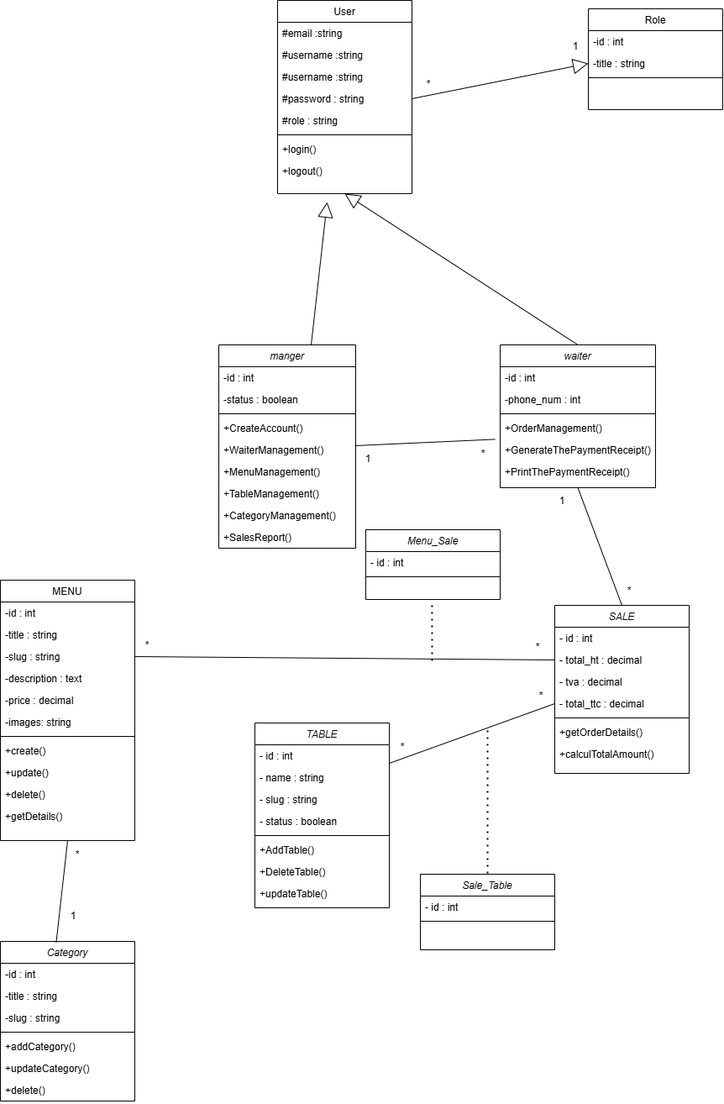
Before: UML/Diagram of class .drawio.png, a diagram exported from draw.io (labitayoub/RestoBladi). Source tidied: cells renumbered, new cells last; positions are measured from the earlier drawing's top-left corner, leaving out a move shared by most shapes.
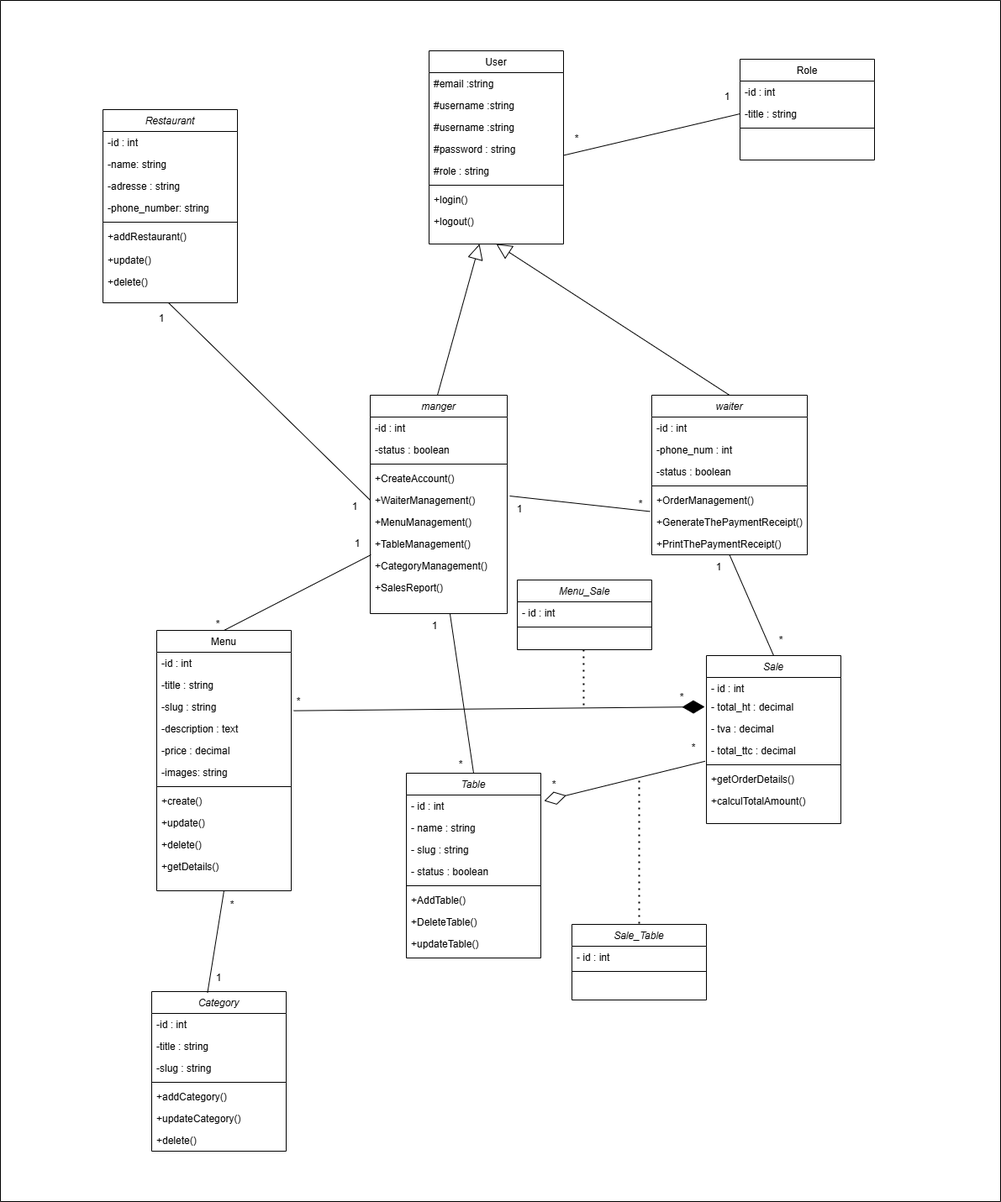
Above is the later version.

What changed in the source:
```diff
@@ -5,3 +5,3 @@
     <mxCell id="2" value="manger" style="swimlane;fontStyle=2;align=center;verticalAlign=top;horizontal=1;startSize=26;rounded=0;shadow=0;strokeWidth=1;" parent="1" vertex="1">
-      <mxGeometry x="260" y="410" width="163" height="242" as="geometry" />
+      <mxGeometry x="260" y="410" width="163" height="260" as="geometry" />
     </mxCell>
@@ -10,5 +10,5 @@
     </mxCell>
-    <mxCell id="4" value="-status : boolean" style="text;align=left;verticalAlign=top;spacingLeft=4;spacingRight=4;overflow=hidden;rounded=0;shadow=0;html=0;" parent="2" vertex="1">
-      <mxGeometry y="52" width="163" height="26" as="geometry" />
-    </mxCell>
+    <mxCell id="97" value="-status : boolean" style="text;align=left;verticalAlign=top;spacingLeft=4;spacingRight=4;overflow=hidden;rounded=0;shadow=0;html=0;" parent="2" vertex="1">
+      <mxGeometry y="52" width="163" height="26" as="geometry" />
+    </mxCell>
     <mxCell id="5" style="line;html=1;strokeWidth=1;align=left;verticalAlign=middle;spacingTop=-1;spacingLeft=3;spacingRight=3;labelPosition=right;" parent="2" vertex="1">
@@ -61,4 +61,4 @@
     </mxCell>
-    <mxCell id="21" value="MENU" style="swimlane;fontStyle=0;align=center;verticalAlign=top;horizontal=1;startSize=26;rounded=0;shadow=0;strokeWidth=1;" parent="1" vertex="1">
-      <mxGeometry y="690" width="160" height="310" as="geometry" />
+    <mxCell id="21" value="Menu" style="swimlane;fontStyle=0;align=center;verticalAlign=top;horizontal=1;startSize=26;rounded=0;shadow=0;strokeWidth=1;" parent="1" vertex="1">
+      <mxGeometry x="6" y="690" width="160" height="310" as="geometry" />
     </mxCell>
@@ -97,3 +97,3 @@
     </mxCell>
-    <mxCell id="33" value="TABLE" style="swimlane;fontStyle=2;align=center;verticalAlign=top;horizontal=1;startSize=26;rounded=0;shadow=0;strokeWidth=1;" parent="1" vertex="1">
+    <mxCell id="33" value="Table" style="swimlane;fontStyle=2;align=center;verticalAlign=top;horizontal=1;startSize=26;rounded=0;shadow=0;strokeWidth=1;" parent="1" vertex="1">
       <mxGeometry x="303" y="860" width="160" height="220" as="geometry" />
@@ -125,5 +125,5 @@
     <mxCell id="42" value="*" style="text;html=1;align=center;verticalAlign=middle;whiteSpace=wrap;rounded=0;" parent="1" vertex="1">
-      <mxGeometry x="565" y="530" width="20" height="20" as="geometry" />
+      <mxGeometry x="572" y="530" width="20" height="20" as="geometry" />
     </mxCell>
-    <mxCell id="43" value="SALE" style="swimlane;fontStyle=2;align=center;verticalAlign=top;horizontal=1;startSize=26;rounded=0;shadow=0;strokeWidth=1;" parent="1" vertex="1">
+    <mxCell id="43" value="Sale" style="swimlane;fontStyle=2;align=center;verticalAlign=top;horizontal=1;startSize=26;rounded=0;shadow=0;strokeWidth=1;" parent="1" vertex="1">
       <mxGeometry x="660" y="720" width="160" height="200" as="geometry" />
@@ -131,21 +131,21 @@
     <mxCell id="44" value="- id : int" style="text;align=left;verticalAlign=top;spacingLeft=4;spacingRight=4;overflow=hidden;" parent="43" vertex="1">
-      <mxGeometry y="26" width="160" height="26" as="geometry" />
+      <mxGeometry y="26" width="160" height="22" as="geometry" />
     </mxCell>
     <mxCell id="45" value="- total_ht : decimal" style="text;align=left;verticalAlign=top;spacingLeft=4;spacingRight=4;overflow=hidden;points=[[0,0.5],[1,0.5]];portConstraint=eastwest;" parent="43" vertex="1">
-      <mxGeometry y="52" width="160" height="26" as="geometry" />
+      <mxGeometry y="48" width="160" height="26" as="geometry" />
     </mxCell>
     <mxCell id="46" value="- tva : decimal" style="text;align=left;verticalAlign=top;spacingLeft=4;spacingRight=4;overflow=hidden;" parent="43" vertex="1">
-      <mxGeometry y="78" width="160" height="26" as="geometry" />
+      <mxGeometry y="74" width="160" height="26" as="geometry" />
     </mxCell>
     <mxCell id="47" value="- total_ttc : decimal" style="text;align=left;verticalAlign=top;spacingLeft=4;spacingRight=4;overflow=hidden;points=[[0,0.5],[1,0.5]];portConstraint=eastwest;" parent="43" vertex="1">
-      <mxGeometry y="104" width="160" height="26" as="geometry" />
+      <mxGeometry y="100" width="160" height="26" as="geometry" />
     </mxCell>
     <mxCell id="48" style="line;html=1;strokeWidth=1;align=left;verticalAlign=middle;spacingTop=-1;spacingLeft=3;spacingRight=3;labelPosition=right;" parent="43" vertex="1">
-      <mxGeometry y="130" width="160" height="8" as="geometry" />
+      <mxGeometry y="126" width="160" height="8" as="geometry" />
     </mxCell>
     <mxCell id="49" value="+getOrderDetails()" style="text;align=left;verticalAlign=top;spacingLeft=4;spacingRight=4;overflow=hidden;" parent="43" vertex="1">
-      <mxGeometry y="138" width="160" height="26" as="geometry" />
+      <mxGeometry y="134" width="160" height="26" as="geometry" />
     </mxCell>
     <mxCell id="50" value="+calculTotalAmount()" style="text;align=left;verticalAlign=top;spacingLeft=4;spacingRight=4;overflow=hidden;" parent="43" vertex="1">
-      <mxGeometry y="164" width="160" height="26" as="geometry" />
+      <mxGeometry y="160" width="160" height="26" as="geometry" />
     </mxCell>
@@ -176,3 +176,3 @@
     <mxCell id="59" value="1" style="text;html=1;align=center;verticalAlign=middle;whiteSpace=wrap;rounded=0;" parent="1" vertex="1">
-      <mxGeometry x="72" y="1075" width="30" height="30" as="geometry" />
+      <mxGeometry x="65" y="1089" width="30" height="30" as="geometry" />
     </mxCell>
@@ -187,6 +187,6 @@
     </mxCell>
-    <mxCell id="63" style="endArrow=block;endSize=16;endFill=0;html=1;rounded=0;exitX=1.004;exitY=0.708;exitDx=0;exitDy=0;exitPerimeter=0;" parent="1" edge="1">
+    <mxCell id="63" style="endArrow=block;endSize=16;endFill=0;html=1;rounded=0;" parent="1" edge="1">
       <mxGeometry relative="1" as="geometry">
-        <mxPoint x="370" y="410" as="sourcePoint" />
-        <mxPoint x="389" y="240" as="targetPoint" />
+        <mxPoint x="340" y="410" as="sourcePoint" />
+        <mxPoint x="390" y="230" as="targetPoint" />
       </mxGeometry>
@@ -194,3 +194,3 @@
     <mxCell id="64" value="*" style="text;html=1;align=center;verticalAlign=middle;whiteSpace=wrap;rounded=0;" parent="1" vertex="1">
-      <mxGeometry x="630" y="760" width="20" height="20" as="geometry" />
+      <mxGeometry x="621" y="760" width="20" height="20" as="geometry" />
     </mxCell>
@@ -208,5 +208,2 @@
     </mxCell>
-    <mxCell id="69" style="endArrow=block;endSize=16;endFill=0;html=1;rounded=0;exitX=1;exitY=0.5;exitDx=0;exitDy=0;entryX=0;entryY=0.5;entryDx=0;entryDy=0;" parent="1" edge="1" source="16" target="67">
-      <mxGeometry relative="1" as="geometry" />
-    </mxCell>
     <mxCell id="70" value="1" style="text;html=1;align=center;verticalAlign=middle;whiteSpace=wrap;rounded=0;" parent="1" vertex="1">
@@ -215,6 +212,6 @@
     <mxCell id="71" value="*" style="text;html=1;align=center;verticalAlign=middle;whiteSpace=wrap;rounded=0;" parent="1" vertex="1">
-      <mxGeometry x="500" y="90" width="20" height="20" as="geometry" />
+      <mxGeometry x="496" y="95" width="20" height="20" as="geometry" />
     </mxCell>
     <mxCell id="72" value="waiter" style="swimlane;fontStyle=2;align=center;verticalAlign=top;horizontal=1;startSize=26;rounded=0;shadow=0;strokeWidth=1;" parent="1" vertex="1">
-      <mxGeometry x="595" y="410" width="185" height="170" as="geometry" />
+      <mxGeometry x="595" y="410" width="185" height="190" as="geometry" />
     </mxCell>
@@ -226,11 +223,15 @@
     </mxCell>
+    <mxCell id="4" value="-status : boolean" style="text;align=left;verticalAlign=top;spacingLeft=4;spacingRight=4;overflow=hidden;rounded=0;shadow=0;html=0;" parent="72" vertex="1">
+      <mxGeometry y="78" width="185" height="26" as="geometry" />
+    </mxCell>
     <mxCell id="75" style="line;html=1;strokeWidth=1;align=left;verticalAlign=middle;spacingTop=-1;spacingLeft=3;spacingRight=3;labelPosition=right;" parent="72" vertex="1">
-      <mxGeometry y="78" width="185" height="8" as="geometry" />
+      <mxGeometry y="104" width="185" height="8" as="geometry" />
     </mxCell>
     <mxCell id="76" value="+OrderManagement()" style="text;align=left;verticalAlign=top;spacingLeft=4;spacingRight=4;overflow=hidden;rounded=0;shadow=0;html=0;" parent="72" vertex="1">
-      <mxGeometry y="86" width="185" height="26" as="geometry" />
+      <mxGeometry y="112" width="185" height="26" as="geometry" />
     </mxCell>
-    <mxCell id="77" style="endArrow=none;html=1;rounded=0;entryX=-0.033;entryY=0.016;entryDx=0;entryDy=0;entryPerimeter=0;" parent="72" edge="1" target="78">
+    <mxCell id="77" style="endArrow=none;html=1;rounded=0;entryX=-0.033;entryY=0.016;entryDx=0;entryDy=0;entryPerimeter=0;" parent="72" edge="1">
       <mxGeometry relative="1" as="geometry">
-        <mxPoint x="-173" y="120" as="sourcePoint" />
+        <mxPoint x="-169" y="120" as="sourcePoint" />
+        <mxPoint x="-2.1" y="138.4" as="targetPoint" />
       </mxGeometry>
@@ -238,6 +239,6 @@
     <mxCell id="78" value="+GenerateThePaymentReceipt()" style="text;align=left;verticalAlign=top;spacingLeft=4;spacingRight=4;overflow=hidden;points=[[0,0.5],[1,0.5]];portConstraint=eastwest;rounded=0;shadow=0;html=0;" parent="72" vertex="1">
-      <mxGeometry y="112" width="185" height="26" as="geometry" />
+      <mxGeometry y="138" width="185" height="26" as="geometry" />
     </mxCell>
     <mxCell id="79" value="+PrintThePaymentReceipt()" style="text;align=left;verticalAlign=top;spacingLeft=4;spacingRight=4;overflow=hidden;rounded=0;shadow=0;html=0;" parent="72" vertex="1">
-      <mxGeometry y="138" width="185" height="26" as="geometry" />
+      <mxGeometry y="164" width="185" height="26" as="geometry" />
     </mxCell>
@@ -252,13 +253,5 @@
     </mxCell>
-    <mxCell id="83" style="endArrow=none;html=1;rounded=0;entryX=0;entryY=0.5;entryDx=0;entryDy=0;" parent="1" edge="1" target="47">
-      <mxGeometry relative="1" as="geometry">
-        <mxPoint x="463" y="908" as="sourcePoint" />
-      </mxGeometry>
-    </mxCell>
     <mxCell id="84" value="*" style="text;html=1;align=center;verticalAlign=middle;whiteSpace=wrap;rounded=0;" parent="1" vertex="1">
-      <mxGeometry x="469" y="879" width="20" height="20" as="geometry" />
+      <mxGeometry x="469" y="864" width="20" height="20" as="geometry" />
     </mxCell>
-    <mxCell id="85" value="*" style="text;html=1;align=center;verticalAlign=middle;whiteSpace=wrap;rounded=0;" parent="1" vertex="1">
-      <mxGeometry x="634" y="818" width="20" height="20" as="geometry" />
-    </mxCell>
     <mxCell id="86" value="Menu_Sale" style="swimlane;fontStyle=2;align=center;verticalAlign=top;horizontal=1;startSize=26;rounded=0;shadow=0;strokeWidth=1;" parent="1" vertex="1">
@@ -281,9 +274,6 @@
     </mxCell>
-    <mxCell id="91" style="endArrow=none;html=1;rounded=0;entryX=0;entryY=0.5;entryDx=0;entryDy=0;exitX=1;exitY=0.5;exitDx=0;exitDy=0;" parent="1" edge="1" source="24" target="45">
-      <mxGeometry relative="1" as="geometry" />
-    </mxCell>
     <mxCell id="92" style="endArrow=none;dashed=1;html=1;dashPattern=1 3;strokeWidth=2;rounded=0;" parent="1" edge="1">
       <mxGeometry relative="1" as="geometry">
-        <mxPoint x="513.9" y="720" as="sourcePoint" />
-        <mxPoint x="514" y="790" as="targetPoint" />
+        <mxPoint x="513.9" y="713" as="sourcePoint" />
+        <mxPoint x="514" y="783" as="targetPoint" />
       </mxGeometry>
@@ -291,13 +281,94 @@
     <mxCell id="93" value="*" style="text;html=1;align=center;verticalAlign=middle;whiteSpace=wrap;rounded=0;" parent="1" vertex="1">
-      <mxGeometry x="165" y="758" width="20" height="20" as="geometry" />
+      <mxGeometry x="165" y="765" width="20" height="20" as="geometry" />
     </mxCell>
     <mxCell id="94" value="*" style="text;html=1;align=center;verticalAlign=middle;whiteSpace=wrap;rounded=0;" parent="1" vertex="1">
-      <mxGeometry x="739" y="693" width="20" height="20" as="geometry" />
+      <mxGeometry x="739" y="693" width="20" height="17" as="geometry" />
     </mxCell>
     <mxCell id="95" value="1" style="text;html=1;align=center;verticalAlign=middle;whiteSpace=wrap;rounded=0;" parent="1" vertex="1">
-      <mxGeometry x="654" y="581" width="30" height="30" as="geometry" />
+      <mxGeometry x="660" y="600" width="30" height="30" as="geometry" />
     </mxCell>
     <mxCell id="96" value="*" style="text;html=1;align=center;verticalAlign=middle;whiteSpace=wrap;rounded=0;" parent="1" vertex="1">
-      <mxGeometry x="82" y="1007" width="20" height="20" as="geometry" />
+      <mxGeometry x="86" y="1007" width="20" height="20" as="geometry" />
     </mxCell>
+    <mxCell id="98" value="Restaurant" style="swimlane;fontStyle=2;align=center;verticalAlign=top;horizontal=1;startSize=26;rounded=0;shadow=0;strokeWidth=1;" parent="1" vertex="1">
+      <mxGeometry x="-58" y="70" width="160" height="230" as="geometry" />
+    </mxCell>
+    <mxCell id="99" value="-id : int" style="text;align=left;verticalAlign=top;spacingLeft=4;spacingRight=4;overflow=hidden;" parent="98" vertex="1">
+      <mxGeometry y="26" width="160" height="26" as="geometry" />
+    </mxCell>
+    <mxCell id="100" value="-name: string" style="text;align=left;verticalAlign=top;spacingLeft=4;spacingRight=4;overflow=hidden;" parent="98" vertex="1">
+      <mxGeometry y="52" width="160" height="26" as="geometry" />
+    </mxCell>
+    <mxCell id="101" value="-adresse : string" style="text;align=left;verticalAlign=top;spacingLeft=4;spacingRight=4;overflow=hidden;" parent="98" vertex="1">
+      <mxGeometry y="78" width="160" height="26" as="geometry" />
+    </mxCell>
+    <mxCell id="102" value="-phone_number: string" style="text;align=left;verticalAlign=top;spacingLeft=4;spacingRight=4;overflow=hidden;" parent="98" vertex="1">
+      <mxGeometry y="104" width="160" height="26" as="geometry" />
+    </mxCell>
+    <mxCell id="103" style="line;html=1;strokeWidth=1;align=left;verticalAlign=middle;spacingTop=-1;spacingLeft=3;spacingRight=3;labelPosition=right;" parent="98" vertex="1">
+      <mxGeometry y="130" width="160" height="8" as="geometry" />
+    </mxCell>
+    <mxCell id="104" value="+addRestaurant()" style="text;align=left;verticalAlign=top;spacingLeft=4;spacingRight=4;overflow=hidden;" parent="98" vertex="1">
+      <mxGeometry y="138" width="160" height="28" as="geometry" />
+    </mxCell>
+    <mxCell id="105" value="+update()" style="text;align=left;verticalAlign=top;spacingLeft=4;spacingRight=4;overflow=hidden;" parent="98" vertex="1">
+      <mxGeometry y="166" width="160" height="26" as="geometry" />
+    </mxCell>
+    <mxCell id="106" value="+delete()" style="text;align=left;verticalAlign=top;spacingLeft=4;spacingRight=4;overflow=hidden;" parent="98" vertex="1">
+      <mxGeometry y="192" width="160" height="26" as="geometry" />
+    </mxCell>
+    <mxCell id="69" style="endArrow=none;html=1;rounded=0;entryX=0;entryY=0.5;entryDx=0;entryDy=0;exitX=1.004;exitY=0.782;exitDx=0;exitDy=0;exitPerimeter=0;" parent="1" edge="1" source="16" target="67">
+      <mxGeometry relative="1" as="geometry" />
+    </mxCell>
+    <mxCell id="107" style="endArrow=none;html=1;rounded=0;entryX=0;entryY=0.5;entryDx=0;entryDy=0;exitX=1.004;exitY=0.782;exitDx=0;exitDy=0;exitPerimeter=0;" parent="1" edge="1" target="7">
+      <mxGeometry relative="1" as="geometry">
+        <mxPoint x="20" y="300" as="sourcePoint" />
+      </mxGeometry>
+    </mxCell>
+    <mxCell id="108" value="1" style="text;html=1;align=center;verticalAlign=middle;whiteSpace=wrap;rounded=0;" parent="1" vertex="1">
+      <mxGeometry x="-3" y="304" width="30" height="30" as="geometry" />
+    </mxCell>
+    <mxCell id="109" value="1" style="text;html=1;align=center;verticalAlign=middle;whiteSpace=wrap;rounded=0;" parent="1" vertex="1">
+      <mxGeometry x="227" y="528" width="30" height="30" as="geometry" />
+    </mxCell>
+    <mxCell id="110" style="endArrow=diamondThin;endFill=1;endSize=24;html=1;rounded=0;exitX=1.031;exitY=-0.322;exitDx=0;exitDy=0;exitPerimeter=0;entryX=0;entryY=0.5;entryDx=0;entryDy=0;" parent="1" edge="1">
+      <mxGeometry relative="1" as="geometry">
+        <mxPoint x="169" y="785.6" as="sourcePoint" />
+        <mxPoint x="658" y="781" as="targetPoint" />
+      </mxGeometry>
+    </mxCell>
+    <mxCell id="111" style="swimlane;startSize=0;" parent="1" vertex="1">
+      <mxGeometry x="-180" y="-60" width="1190" height="1430" as="geometry" />
+    </mxCell>
+    <mxCell id="85" value="*" style="text;html=1;align=center;verticalAlign=middle;whiteSpace=wrap;rounded=0;" parent="111" vertex="1">
+      <mxGeometry x="815" y="880" width="20" height="20" as="geometry" />
+    </mxCell>
+    <mxCell id="112" style="endArrow=none;html=1;rounded=0;entryX=-0.033;entryY=0.016;entryDx=0;entryDy=0;entryPerimeter=0;exitX=0.5;exitY=0;exitDx=0;exitDy=0;" parent="111" edge="1" source="21">
+      <mxGeometry relative="1" as="geometry">
+        <mxPoint x="440.9" y="660" as="targetPoint" />
+      </mxGeometry>
+    </mxCell>
+    <mxCell id="113" style="endArrow=none;html=1;rounded=0;entryX=-0.033;entryY=0.016;entryDx=0;entryDy=0;entryPerimeter=0;exitX=0.5;exitY=0;exitDx=0;exitDy=0;" parent="111" edge="1" source="33">
+      <mxGeometry relative="1" as="geometry">
+        <mxPoint x="534.9" y="730" as="targetPoint" />
+      </mxGeometry>
+    </mxCell>
+    <mxCell id="114" value="1" style="text;html=1;align=center;verticalAlign=middle;whiteSpace=wrap;rounded=0;" parent="111" vertex="1">
+      <mxGeometry x="410" y="632" width="30" height="30" as="geometry" />
+    </mxCell>
+    <mxCell id="115" value="1" style="text;html=1;align=center;verticalAlign=middle;whiteSpace=wrap;rounded=0;" parent="111" vertex="1">
+      <mxGeometry x="502" y="730" width="30" height="30" as="geometry" />
+    </mxCell>
+    <mxCell id="116" style="endArrow=diamondThin;endFill=0;endSize=24;html=1;rounded=0;exitX=0.974;exitY=1.588;exitDx=0;exitDy=0;exitPerimeter=0;entryX=1;entryY=0.5;entryDx=0;entryDy=0;" parent="1" edge="1">
+      <mxGeometry relative="1" as="geometry">
+        <mxPoint x="658.5" y="845.8" as="sourcePoint" />
+        <mxPoint x="467" y="893" as="targetPoint" />
+      </mxGeometry>
+    </mxCell>
+    <mxCell id="117" value="*" style="text;html=1;align=center;verticalAlign=middle;whiteSpace=wrap;rounded=0;" parent="1" vertex="1">
+      <mxGeometry x="69" y="673" width="20" height="20" as="geometry" />
+    </mxCell>
+    <mxCell id="118" value="*" style="text;html=1;align=center;verticalAlign=middle;whiteSpace=wrap;rounded=0;" parent="1" vertex="1">
+      <mxGeometry x="358" y="840" width="20" height="20" as="geometry" />
+    </mxCell>
   </root>
```
